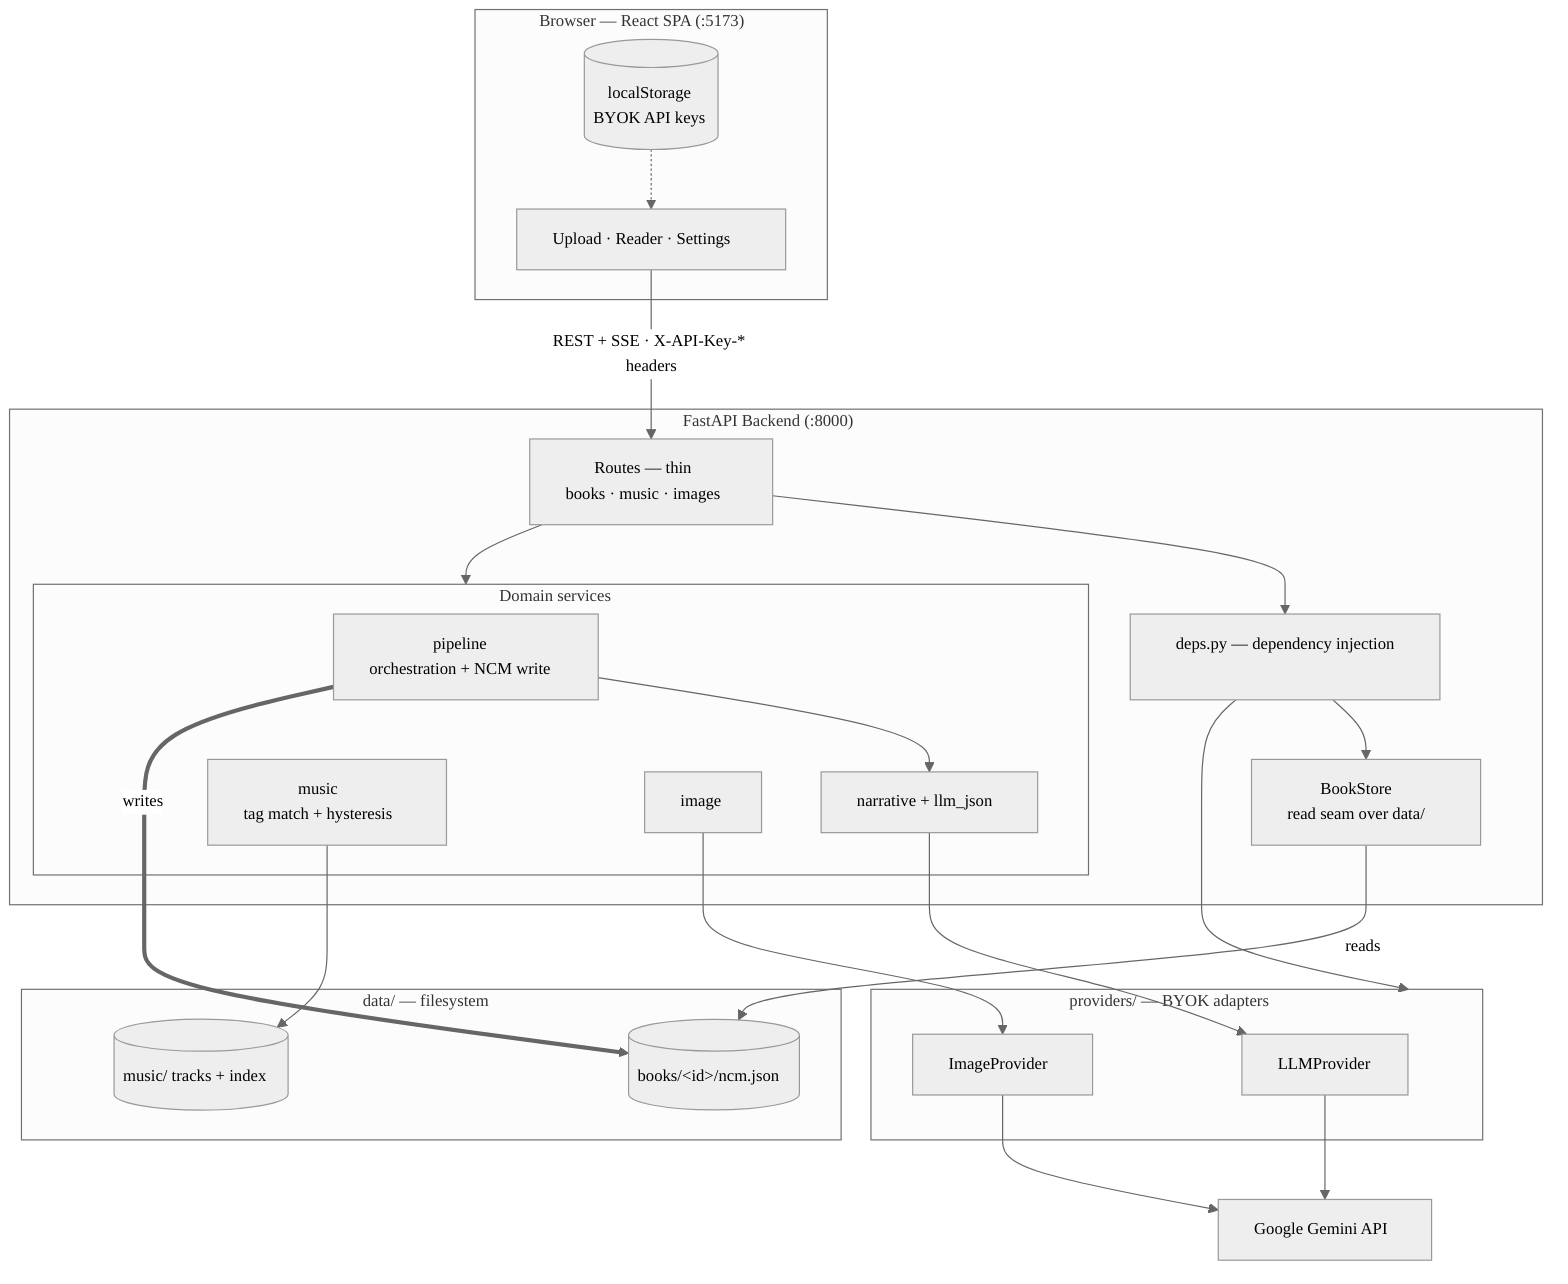
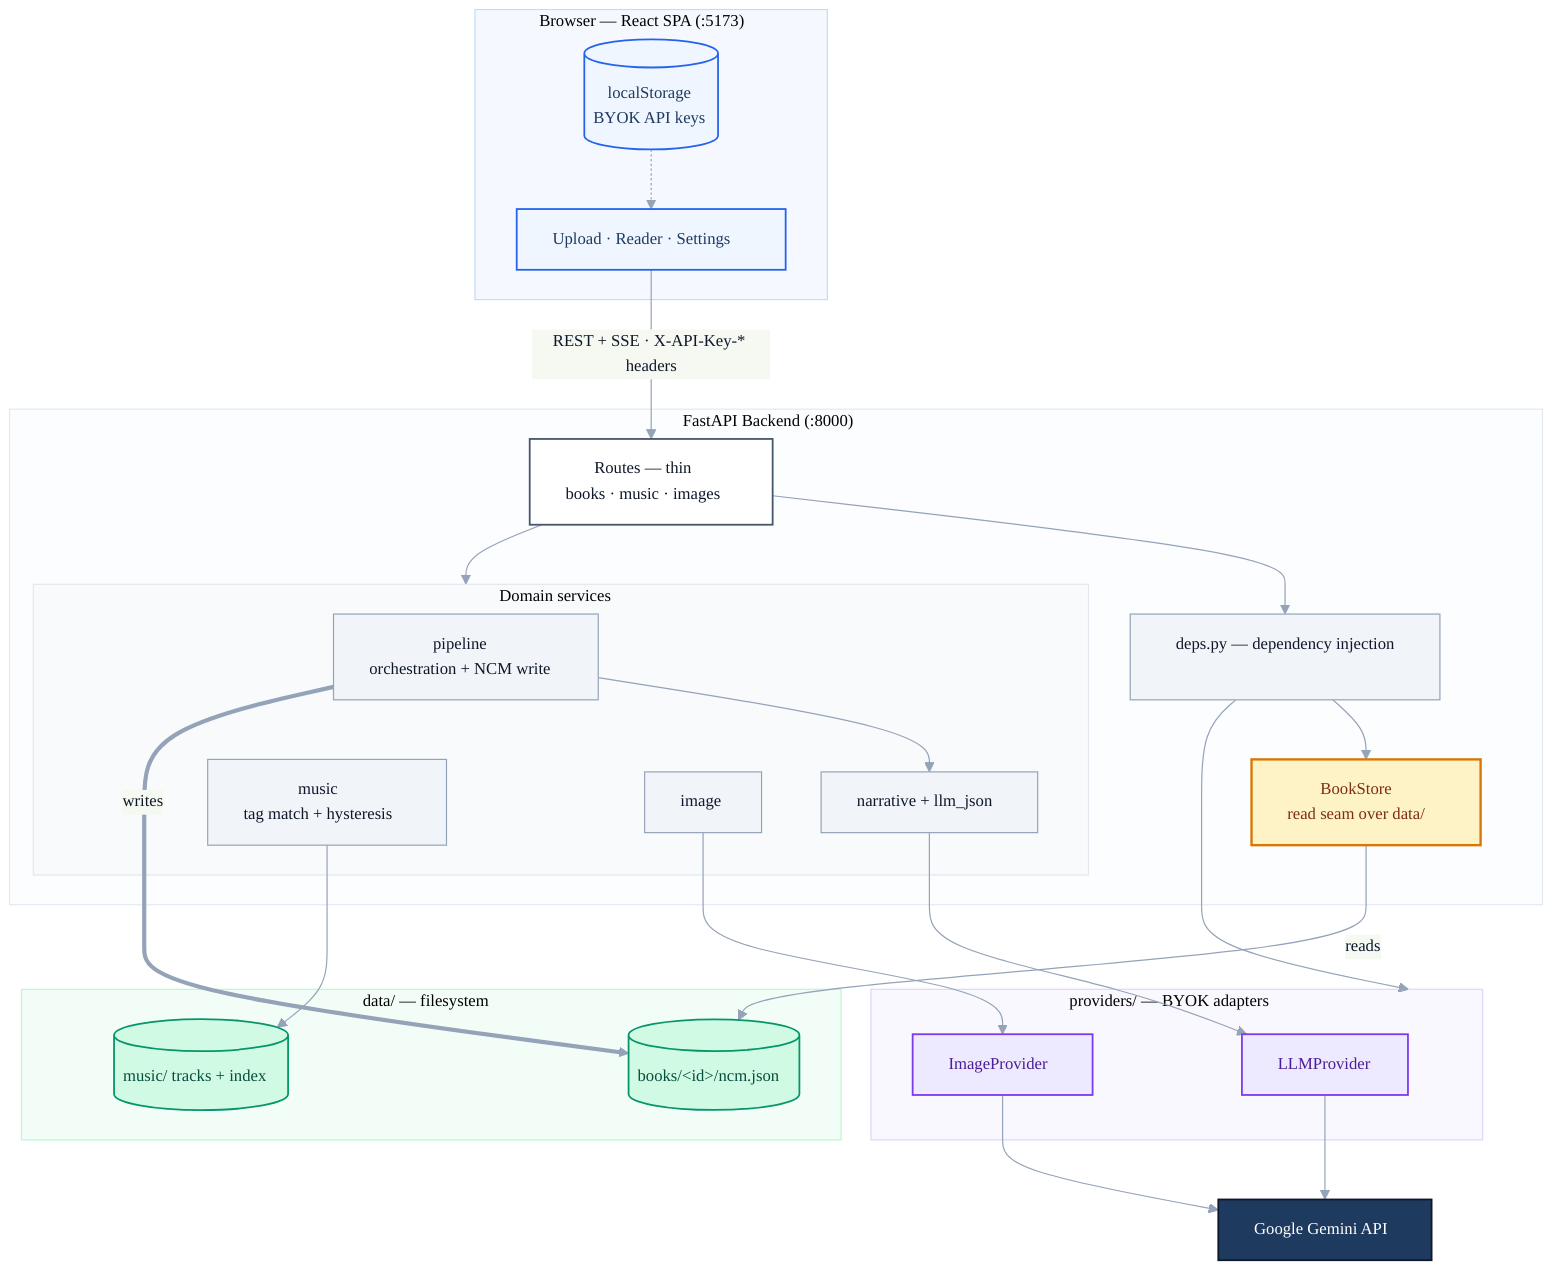
- %%{init: {'theme':'neutral','themeVariables':{'fontFamily':'system-ui, -apple-system, sans-serif','fontSize':'14px'}}}%%
+ %%{init: {'theme':'base','themeVariables':{'fontFamily':'system-ui, -apple-system, sans-serif','fontSize':'14px','lineColor':'#94a3b8','primaryColor':'#f1f5f9','primaryBorderColor':'#94a3b8','primaryTextColor':'#0f172a','clusterBkg':'#ffffff','clusterBorder':'#e2e8f0'}}}%%
flowchart TB
  subgraph BROWSER["Browser — React SPA (:5173)"]
    Pages["Upload · Reader · Settings"]
    Keys[("localStorage<br/>BYOK API keys")]
  end

  subgraph BACKEND["FastAPI Backend (:8000)"]
    Routes["Routes — thin<br/>books · music · images"]
    Deps["deps.py — dependency injection"]
    Store["BookStore<br/>read seam over data/"]
    subgraph SERVICES["Domain services"]
      Pipeline["pipeline<br/>orchestration + NCM write"]
      Narrative["narrative + llm_json"]
      MusicSvc["music<br/>tag match + hysteresis"]
      ImageSvc["image"]
    end
  end

  subgraph PROVIDERS["providers/ — BYOK adapters"]
    LLM["LLMProvider"]
    IMG["ImageProvider"]
  end

  Gemini["Google Gemini API"]

  subgraph DATA["data/ — filesystem"]
    NCM[("books/&lt;id&gt;/ncm.json")]
    MusicIdx[("music/ tracks + index")]
  end

  Pages -->|"REST + SSE · X-API-Key-* headers"| Routes
  Keys -.-> Pages
  Routes --> Deps
  Routes --> SERVICES
  Deps --> Store
  Deps --> PROVIDERS
  Pipeline --> Narrative --> LLM
  ImageSvc --> IMG
  LLM --> Gemini
  IMG --> Gemini
  Pipeline ==>|writes| NCM
  Store -->|reads| NCM
  MusicSvc --> MusicIdx
+ 
+   classDef frontend fill:#eff6ff,stroke:#2563eb,stroke-width:1.5px,color:#1e3a5f;
+   classDef route fill:#ffffff,stroke:#475569,stroke-width:1.5px,color:#0f172a;
+   classDef service fill:#f1f5f9,stroke:#94a3b8,color:#0f172a;
+   classDef seam fill:#fef3c7,stroke:#d97706,stroke-width:2px,color:#7c2d12;
+   classDef provider fill:#ede9fe,stroke:#7c3aed,stroke-width:1.5px,color:#4c1d95;
+   classDef external fill:#1e3a5f,stroke:#0f172a,stroke-width:1.5px,color:#ffffff;
+   classDef store fill:#d1fae5,stroke:#059669,stroke-width:1.5px,color:#064e3b;
+ 
+   class Pages,Keys frontend;
+   class Routes route;
+   class Deps,Pipeline,Narrative,MusicSvc,ImageSvc service;
+   class Store seam;
+   class LLM,IMG provider;
+   class Gemini external;
+   class NCM,MusicIdx store;
+ 
+   style BROWSER fill:#f5f9ff,stroke:#bfdbfe;
+   style BACKEND fill:#fcfdff,stroke:#e2e8f0;
+   style SERVICES fill:#f8fafc,stroke:#e2e8f0;
+   style PROVIDERS fill:#faf8ff,stroke:#ddd6fe;
+   style DATA fill:#f2fdf8,stroke:#bbf7d0;
